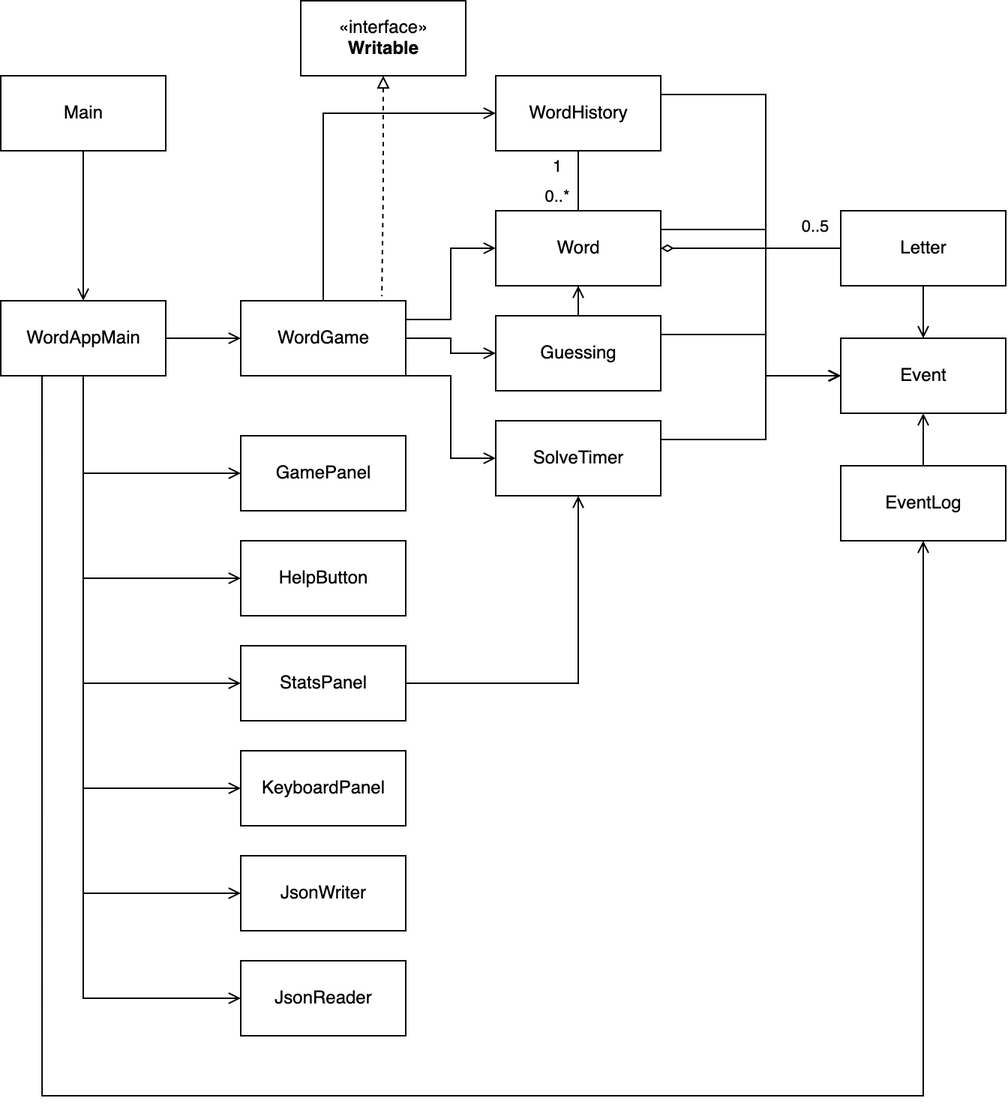
This is UML_Design_Diagram.png from voctory/speed-wordle, a draw.io export, as it was before one commit. Source tidied: cells renumbered, new cells last; positions are measured from the earlier drawing's top-left corner, leaving out a move shared by most shapes.
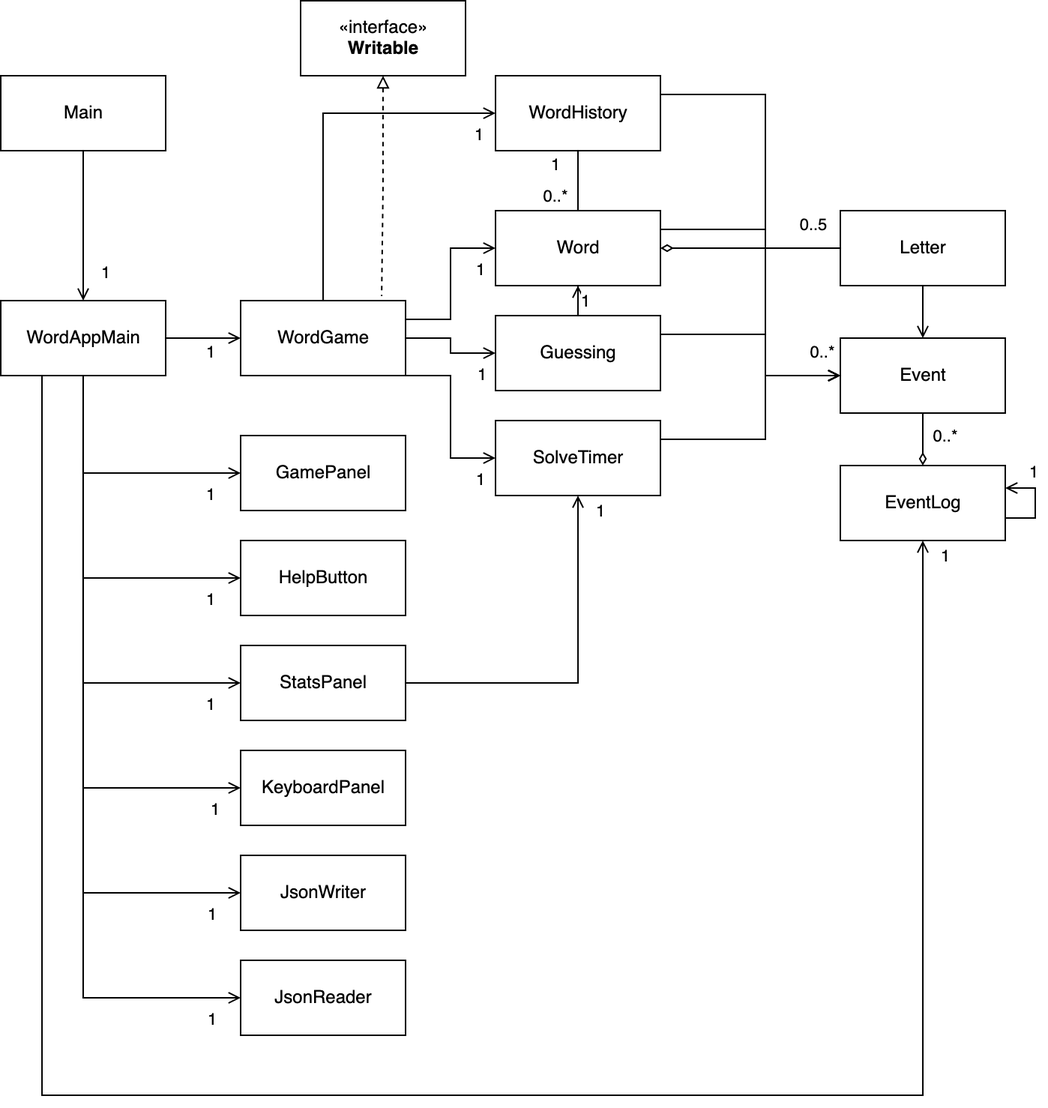
After the change.

Commit message:
Phase 4: Task 3 (update UML diagram multiplicities)

The edit, as a diff of the source:
```diff
@@ -5,9 +5,14 @@
     <mxCell id="2" style="edgeStyle=orthogonalEdgeStyle;rounded=0;jettySize=auto;html=1;entryX=0.5;entryY=1;entryDx=0;entryDy=0;startArrow=open;startFill=0;endArrow=none;endFill=0;" parent="1" edge="1" source="8" target="15">
       <mxGeometry relative="1" as="geometry" />
     </mxCell>
-    <mxCell id="3" style="edgeStyle=orthogonalEdgeStyle;rounded=0;jettySize=auto;html=1;entryX=0.5;entryY=0;entryDx=0;entryDy=0;startArrow=open;startFill=0;endArrow=none;endFill=0;" parent="1" edge="1" source="8" target="10">
+    <mxCell id="3" style="edgeStyle=orthogonalEdgeStyle;rounded=0;jettySize=auto;html=1;entryX=0.5;entryY=0;entryDx=0;entryDy=0;startArrow=none;startFill=0;endArrow=diamondThin;endFill=0;" parent="1" edge="1" source="8" target="10">
       <mxGeometry relative="1" as="geometry" />
     </mxCell>
+    <mxCell id="46" value="0..*" style="edgeLabel;html=1;align=center;verticalAlign=middle;" parent="3" vertex="1">
+      <mxGeometry x="-0.93" y="-1" relative="1" as="geometry">
+        <mxPoint x="16" y="14" as="offset" />
+      </mxGeometry>
+    </mxCell>
     <mxCell id="4" style="edgeStyle=orthogonalEdgeStyle;rounded=0;jettySize=auto;html=1;entryX=1;entryY=0.25;entryDx=0;entryDy=0;startArrow=open;startFill=0;endArrow=none;endFill=0;" parent="1" edge="1" source="8" target="17">
       <mxGeometry relative="1" as="geometry">
         <Array as="points">
@@ -40,6 +45,11 @@
         </Array>
       </mxGeometry>
     </mxCell>
+    <mxCell id="47" value="0..*" style="edgeLabel;html=1;align=center;verticalAlign=middle;" parent="7" vertex="1">
+      <mxGeometry x="-0.92" y="-1" relative="1" as="geometry">
+        <mxPoint y="-14" as="offset" />
+      </mxGeometry>
+    </mxCell>
     <mxCell id="8" value="Event" style="html=1;" parent="1" vertex="1">
       <mxGeometry x="560" y="225" width="110" height="50" as="geometry" />
     </mxCell>
@@ -51,12 +61,22 @@
         </Array>
       </mxGeometry>
     </mxCell>
+    <mxCell id="48" value="1" style="edgeLabel;html=1;align=center;verticalAlign=middle;" parent="9" vertex="1">
+      <mxGeometry x="-0.97" relative="1" as="geometry">
+        <mxPoint x="15" y="-13" as="offset" />
+      </mxGeometry>
+    </mxCell>
     <mxCell id="10" value="EventLog" style="html=1;" parent="1" vertex="1">
       <mxGeometry x="560" y="310" width="110" height="50" as="geometry" />
     </mxCell>
     <mxCell id="11" style="edgeStyle=orthogonalEdgeStyle;rounded=0;jettySize=auto;html=1;entryX=1;entryY=0.5;entryDx=0;entryDy=0;startArrow=open;startFill=0;endArrow=none;endFill=0;" parent="1" edge="1" source="12" target="25">
       <mxGeometry relative="1" as="geometry" />
     </mxCell>
+    <mxCell id="49" value="1" style="edgeLabel;html=1;align=center;verticalAlign=middle;" parent="11" vertex="1">
+      <mxGeometry x="-0.73" y="2" relative="1" as="geometry">
+        <mxPoint y="13" as="offset" />
+      </mxGeometry>
+    </mxCell>
     <mxCell id="12" value="Guessing" style="html=1;" parent="1" vertex="1">
       <mxGeometry x="330" y="210" width="110" height="50" as="geometry" />
     </mxCell>
@@ -76,8 +96,8 @@
     <mxCell id="15" value="Letter" style="html=1;" parent="1" vertex="1">
       <mxGeometry x="560" y="140" width="110" height="50" as="geometry" />
     </mxCell>
-    <mxCell id="16" style="edgeStyle=orthogonalEdgeStyle;rounded=0;jettySize=auto;html=1;startArrow=open;startFill=0;endArrow=none;endFill=0;entryX=1;entryY=1;entryDx=0;entryDy=0;" parent="1" edge="1" source="17" target="25">
-      <mxGeometry relative="1" as="geometry">
+    <mxCell id="16" value="1" style="edgeStyle=orthogonalEdgeStyle;rounded=0;jettySize=auto;html=1;startArrow=open;startFill=0;endArrow=none;endFill=0;entryX=1;entryY=1;entryDx=0;entryDy=0;" parent="1" edge="1" source="17" target="25">
+      <mxGeometry x="-0.83" y="15" relative="1" as="geometry">
         <Array as="points">
           <mxPoint x="300" y="305" />
           <mxPoint x="300" y="250" />
@@ -90,6 +110,11 @@
     <mxCell id="18" style="edgeStyle=orthogonalEdgeStyle;rounded=0;jettySize=auto;html=1;entryX=1;entryY=0.25;entryDx=0;entryDy=0;endArrow=none;endFill=0;startArrow=open;startFill=0;" parent="1" edge="1" source="23" target="25">
       <mxGeometry relative="1" as="geometry" />
     </mxCell>
+    <mxCell id="50" value="1" style="edgeLabel;html=1;align=center;verticalAlign=middle;" parent="18" vertex="1">
+      <mxGeometry x="-0.81" relative="1" as="geometry">
+        <mxPoint y="15" as="offset" />
+      </mxGeometry>
+    </mxCell>
     <mxCell id="19" style="edgeStyle=orthogonalEdgeStyle;rounded=0;jettySize=auto;html=1;entryX=0.5;entryY=1;entryDx=0;entryDy=0;endArrow=none;endFill=0;" parent="1" edge="1" source="23" target="27">
       <mxGeometry relative="1" as="geometry" />
     </mxCell>
@@ -106,48 +131,88 @@
     <mxCell id="22" style="edgeStyle=orthogonalEdgeStyle;rounded=0;jettySize=auto;html=1;entryX=0.5;entryY=0;entryDx=0;entryDy=0;startArrow=open;startFill=0;endArrow=none;endFill=0;" parent="1" edge="1" source="23" target="12">
       <mxGeometry relative="1" as="geometry" />
     </mxCell>
+    <mxCell id="51" value="1" style="edgeLabel;html=1;align=center;verticalAlign=middle;" parent="22" vertex="1">
+      <mxGeometry x="0.54" y="-1" relative="1" as="geometry">
+        <mxPoint x="6" y="4" as="offset" />
+      </mxGeometry>
+    </mxCell>
     <mxCell id="23" value="Word" style="html=1;" parent="1" vertex="1">
       <mxGeometry x="330" y="140" width="110" height="50" as="geometry" />
     </mxCell>
     <mxCell id="24" style="edgeStyle=orthogonalEdgeStyle;rounded=0;jettySize=auto;html=1;entryX=1;entryY=0.5;entryDx=0;entryDy=0;startArrow=open;startFill=0;endArrow=none;endFill=0;" parent="1" edge="1" source="25" target="43">
       <mxGeometry relative="1" as="geometry" />
     </mxCell>
+    <mxCell id="52" value="1" style="edgeLabel;html=1;align=center;verticalAlign=middle;" parent="24" vertex="1">
+      <mxGeometry x="-0.37" y="1" relative="1" as="geometry">
+        <mxPoint x="-4" y="9" as="offset" />
+      </mxGeometry>
+    </mxCell>
     <mxCell id="25" value="WordGame" style="html=1;" parent="1" vertex="1">
       <mxGeometry x="160" y="200" width="110" height="50" as="geometry" />
     </mxCell>
     <mxCell id="26" style="edgeStyle=orthogonalEdgeStyle;rounded=0;jettySize=auto;html=1;entryX=0.5;entryY=0;entryDx=0;entryDy=0;endArrow=none;endFill=0;startArrow=open;startFill=0;" parent="1" edge="1" source="27" target="25">
       <mxGeometry relative="1" as="geometry" />
     </mxCell>
+    <mxCell id="53" value="1" style="edgeLabel;html=1;align=center;verticalAlign=middle;" parent="26" vertex="1">
+      <mxGeometry x="-0.9" y="2" relative="1" as="geometry">
+        <mxPoint y="13" as="offset" />
+      </mxGeometry>
+    </mxCell>
     <mxCell id="27" value="WordHistory" style="html=1;" parent="1" vertex="1">
       <mxGeometry x="330" y="50" width="110" height="50" as="geometry" />
     </mxCell>
     <mxCell id="28" style="edgeStyle=orthogonalEdgeStyle;rounded=0;jettySize=auto;html=1;startArrow=open;startFill=0;endArrow=none;endFill=0;" parent="1" edge="1" source="29" target="43">
       <mxGeometry relative="1" as="geometry" />
     </mxCell>
+    <mxCell id="54" value="1" style="edgeLabel;html=1;align=center;verticalAlign=middle;" parent="28" vertex="1">
+      <mxGeometry x="-0.94" y="-1" relative="1" as="geometry">
+        <mxPoint x="-5" y="16" as="offset" />
+      </mxGeometry>
+    </mxCell>
     <mxCell id="29" value="JsonReader" style="html=1;" parent="1" vertex="1">
       <mxGeometry x="160" y="640" width="110" height="50" as="geometry" />
     </mxCell>
     <mxCell id="30" style="edgeStyle=orthogonalEdgeStyle;rounded=0;jettySize=auto;html=1;entryX=0.5;entryY=1;entryDx=0;entryDy=0;startArrow=open;startFill=0;endArrow=none;endFill=0;" parent="1" edge="1" source="31" target="43">
       <mxGeometry relative="1" as="geometry" />
     </mxCell>
+    <mxCell id="55" value="1" style="edgeLabel;html=1;align=center;verticalAlign=middle;" parent="30" vertex="1">
+      <mxGeometry x="-0.86" y="2" relative="1" as="geometry">
+        <mxPoint x="13" y="13" as="offset" />
+      </mxGeometry>
+    </mxCell>
     <mxCell id="31" value="JsonWriter" style="html=1;" parent="1" vertex="1">
       <mxGeometry x="160" y="570" width="110" height="50" as="geometry" />
     </mxCell>
     <mxCell id="32" style="edgeStyle=orthogonalEdgeStyle;rounded=0;jettySize=auto;html=1;entryX=0.5;entryY=1;entryDx=0;entryDy=0;startArrow=open;startFill=0;endArrow=none;endFill=0;" parent="1" edge="1" source="33" target="43">
       <mxGeometry relative="1" as="geometry" />
     </mxCell>
+    <mxCell id="56" value="1" style="edgeLabel;html=1;align=center;verticalAlign=middle;" parent="32" vertex="1">
+      <mxGeometry x="-0.81" y="1" relative="1" as="geometry">
+        <mxPoint x="-4" y="14" as="offset" />
+      </mxGeometry>
+    </mxCell>
     <mxCell id="33" value="GamePanel" style="html=1;" parent="1" vertex="1">
       <mxGeometry x="160" y="290" width="110" height="50" as="geometry" />
     </mxCell>
     <mxCell id="34" style="edgeStyle=orthogonalEdgeStyle;rounded=0;jettySize=auto;html=1;entryX=0.5;entryY=1;entryDx=0;entryDy=0;startArrow=open;startFill=0;endArrow=none;endFill=0;" parent="1" edge="1" source="35" target="43">
       <mxGeometry relative="1" as="geometry" />
     </mxCell>
+    <mxCell id="57" value="1" style="edgeLabel;html=1;align=center;verticalAlign=middle;" parent="34" vertex="1">
+      <mxGeometry x="-0.91" relative="1" as="geometry">
+        <mxPoint x="-9" y="15" as="offset" />
+      </mxGeometry>
+    </mxCell>
     <mxCell id="35" value="HelpButton" style="html=1;" parent="1" vertex="1">
       <mxGeometry x="160" y="360" width="110" height="50" as="geometry" />
     </mxCell>
     <mxCell id="36" style="edgeStyle=orthogonalEdgeStyle;rounded=0;jettySize=auto;html=1;entryX=0.5;entryY=1;entryDx=0;entryDy=0;startArrow=open;startFill=0;endArrow=none;endFill=0;" parent="1" edge="1" source="37" target="43">
       <mxGeometry relative="1" as="geometry" />
     </mxCell>
+    <mxCell id="58" value="1" style="edgeLabel;html=1;align=center;verticalAlign=middle;" parent="36" vertex="1">
+      <mxGeometry x="-0.91" y="2" relative="1" as="geometry">
+        <mxPoint y="13" as="offset" />
+      </mxGeometry>
+    </mxCell>
     <mxCell id="37" value="KeyboardPanel" style="html=1;" parent="1" vertex="1">
       <mxGeometry x="160" y="500" width="110" height="50" as="geometry" />
     </mxCell>
@@ -157,15 +222,30 @@
     <mxCell id="39" style="edgeStyle=orthogonalEdgeStyle;rounded=0;jettySize=auto;html=1;entryX=0.5;entryY=1;entryDx=0;entryDy=0;endArrow=open;endFill=0;" parent="1" edge="1" source="41" target="17">
       <mxGeometry relative="1" as="geometry" />
     </mxCell>
+    <mxCell id="59" value="1" style="edgeLabel;html=1;align=center;verticalAlign=middle;" parent="39" vertex="1">
+      <mxGeometry x="0.88" relative="1" as="geometry">
+        <mxPoint x="15" y="-4" as="offset" />
+      </mxGeometry>
+    </mxCell>
     <mxCell id="40" style="edgeStyle=orthogonalEdgeStyle;rounded=0;jettySize=auto;html=1;entryX=0.5;entryY=1;entryDx=0;entryDy=0;startArrow=open;startFill=0;endArrow=none;endFill=0;" parent="1" edge="1" source="41" target="43">
       <mxGeometry relative="1" as="geometry" />
     </mxCell>
+    <mxCell id="60" value="1" style="edgeLabel;html=1;align=center;verticalAlign=middle;" parent="40" vertex="1">
+      <mxGeometry x="-0.91" relative="1" as="geometry">
+        <mxPoint x="-7" y="15" as="offset" />
+      </mxGeometry>
+    </mxCell>
     <mxCell id="41" value="StatsPanel" style="html=1;" parent="1" vertex="1">
       <mxGeometry x="160" y="430" width="110" height="50" as="geometry" />
     </mxCell>
     <mxCell id="42" style="edgeStyle=orthogonalEdgeStyle;rounded=0;jettySize=auto;html=1;entryX=0.5;entryY=1;entryDx=0;entryDy=0;endArrow=none;endFill=0;startArrow=open;startFill=0;" parent="1" edge="1" source="43" target="38">
       <mxGeometry relative="1" as="geometry" />
     </mxCell>
+    <mxCell id="61" value="1" style="edgeLabel;html=1;align=center;verticalAlign=middle;" parent="42" vertex="1">
+      <mxGeometry x="-0.65" relative="1" as="geometry">
+        <mxPoint x="15" as="offset" />
+      </mxGeometry>
+    </mxCell>
     <mxCell id="43" value="WordAppMain" style="html=1;" parent="1" vertex="1">
       <mxGeometry y="200" width="110" height="50" as="geometry" />
     </mxCell>
@@ -175,5 +255,13 @@
     <mxCell id="45" value="«interface»&lt;br&gt;&lt;b&gt;Writable&lt;/b&gt;" style="html=1;" parent="1" vertex="1">
       <mxGeometry x="200" width="110" height="50" as="geometry" />
     </mxCell>
+    <mxCell id="62" style="edgeStyle=orthogonalEdgeStyle;rounded=0;orthogonalLoop=1;jettySize=auto;html=1;startArrow=open;startFill=0;endArrow=none;endFill=0;" parent="1" edge="1" source="10" target="10">
+      <mxGeometry relative="1" as="geometry" />
+    </mxCell>
+    <mxCell id="63" value="1" style="edgeLabel;html=1;align=center;verticalAlign=middle;" parent="62" vertex="1">
+      <mxGeometry x="-0.38" relative="1" as="geometry">
+        <mxPoint y="-10" as="offset" />
+      </mxGeometry>
+    </mxCell>
   </root>
 </mxGraphModel>
```
